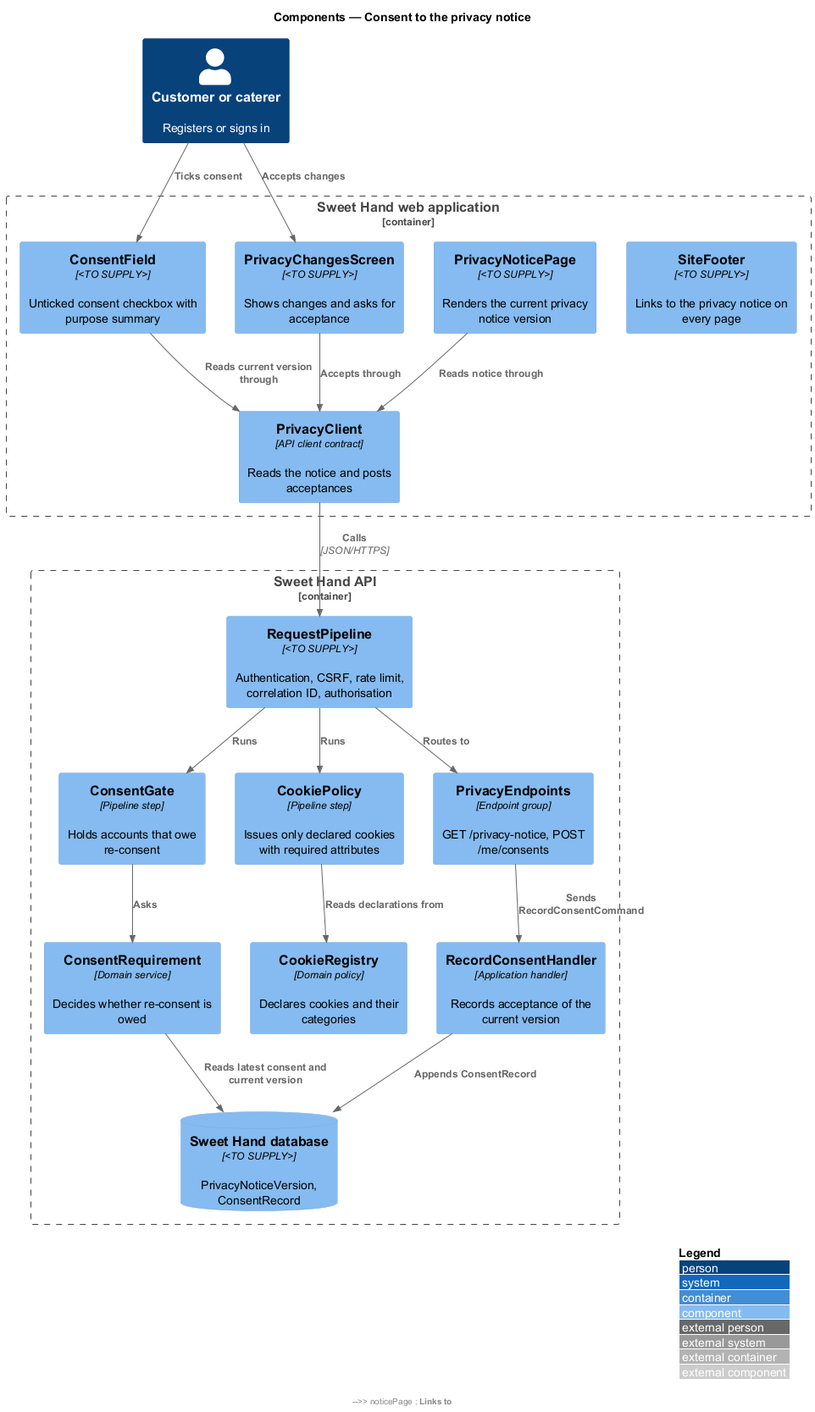
This is docs/detailed-designs/privacy/consent-to-privacy-notice/diagrams/c4-component.png from QuinntyneBrown/sweet-hand, a PlantUML export, as it was before one commit. Its diagram source:
```plantuml
@startuml
!include <C4/C4_Component>
LAYOUT_WITH_LEGEND()
title Components — Consent to the privacy notice

Person(user, "Customer or caterer", "Registers or signs in")

Container_Boundary(web, "Sweet Hand web application") {
  Component(footer, "SiteFooter", "<TO SUPPLY>", "Links to the privacy notice on every page")
  Component(noticePage, "PrivacyNoticePage", "<TO SUPPLY>", "Renders the current privacy notice version")
  Component(consentField, "ConsentField", "<TO SUPPLY>", "Unticked consent checkbox with purpose summary")
  Component(changesScreen, "PrivacyChangesScreen", "<TO SUPPLY>", "Shows changes and asks for acceptance")
  Component(client, "PrivacyClient", "API client contract", "Reads the notice and posts acceptances")
}

Container_Boundary(api, "Sweet Hand API") {
  Component(pipeline, "RequestPipeline", "<TO SUPPLY>", "Authentication, CSRF, rate limit, correlation ID, authorisation")
  Component(gate, "ConsentGate", "Pipeline step", "Holds accounts that owe re-consent")
  Component(cookies, "CookiePolicy", "Pipeline step", "Issues only declared cookies with required attributes")
  Component(endpoints, "PrivacyEndpoints", "Endpoint group", "GET /privacy-notice, POST /me/consents")
  Component(handler, "RecordConsentHandler", "Application handler", "Records acceptance of the current version")
  Component(requirement, "ConsentRequirement", "Domain service", "Decides whether re-consent is owed")
  Component(registry, "CookieRegistry", "Domain policy", "Declares cookies and their categories")
  ComponentDb(db, "Sweet Hand database", "<TO SUPPLY>", "PrivacyNoticeVersion, ConsentRecord")
}

Rel(user, consentField, "Ticks consent")
Rel(user, changesScreen, "Accepts changes")
Rel(footer, noticePage, "Links to")
Rel(noticePage, client, "Reads notice through")
Rel(consentField, client, "Reads current version through")
Rel(changesScreen, client, "Accepts through")
Rel(client, pipeline, "Calls", "JSON/HTTPS")
Rel(pipeline, gate, "Runs")
Rel(pipeline, cookies, "Runs")
Rel(pipeline, endpoints, "Routes to")
Rel(gate, requirement, "Asks")
Rel(cookies, registry, "Reads declarations from")
Rel(endpoints, handler, "Sends RecordConsentCommand")
Rel(handler, db, "Appends ConsentRecord")
Rel(requirement, db, "Reads latest consent and current version")
@enduml
```
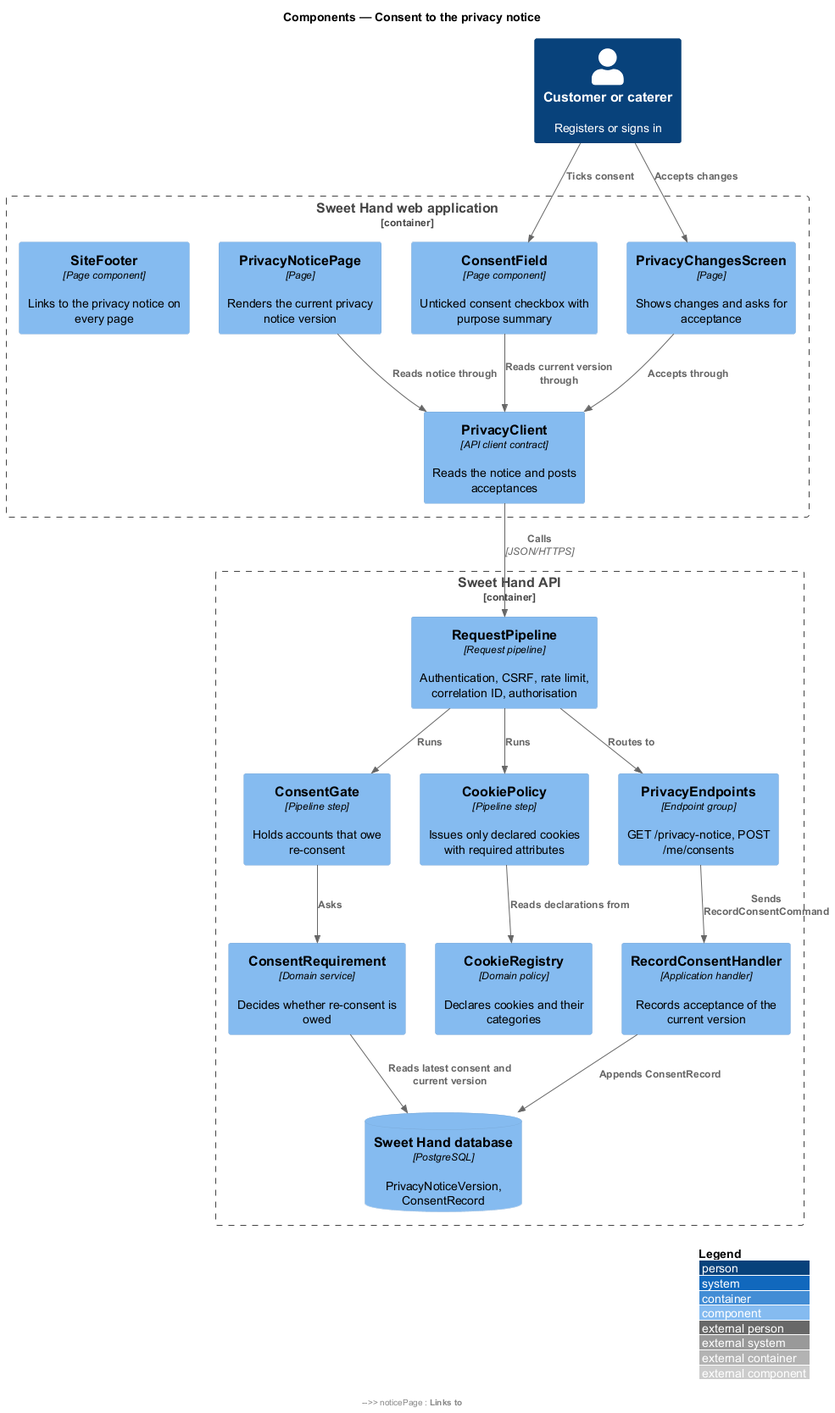
Later version of the same file.

Change to the diagram source:
```diff
@@ -6,22 +6,22 @@
 Person(user, "Customer or caterer", "Registers or signs in")
 
 Container_Boundary(web, "Sweet Hand web application") {
-  Component(footer, "SiteFooter", "<TO SUPPLY>", "Links to the privacy notice on every page")
-  Component(noticePage, "PrivacyNoticePage", "<TO SUPPLY>", "Renders the current privacy notice version")
-  Component(consentField, "ConsentField", "<TO SUPPLY>", "Unticked consent checkbox with purpose summary")
-  Component(changesScreen, "PrivacyChangesScreen", "<TO SUPPLY>", "Shows changes and asks for acceptance")
+  Component(footer, "SiteFooter", "Page component", "Links to the privacy notice on every page")
+  Component(noticePage, "PrivacyNoticePage", "Page", "Renders the current privacy notice version")
+  Component(consentField, "ConsentField", "Page component", "Unticked consent checkbox with purpose summary")
+  Component(changesScreen, "PrivacyChangesScreen", "Page", "Shows changes and asks for acceptance")
   Component(client, "PrivacyClient", "API client contract", "Reads the notice and posts acceptances")
 }
 
 Container_Boundary(api, "Sweet Hand API") {
-  Component(pipeline, "RequestPipeline", "<TO SUPPLY>", "Authentication, CSRF, rate limit, correlation ID, authorisation")
+  Component(pipeline, "RequestPipeline", "Request pipeline", "Authentication, CSRF, rate limit, correlation ID, authorisation")
   Component(gate, "ConsentGate", "Pipeline step", "Holds accounts that owe re-consent")
   Component(cookies, "CookiePolicy", "Pipeline step", "Issues only declared cookies with required attributes")
   Component(endpoints, "PrivacyEndpoints", "Endpoint group", "GET /privacy-notice, POST /me/consents")
   Component(handler, "RecordConsentHandler", "Application handler", "Records acceptance of the current version")
   Component(requirement, "ConsentRequirement", "Domain service", "Decides whether re-consent is owed")
   Component(registry, "CookieRegistry", "Domain policy", "Declares cookies and their categories")
-  ComponentDb(db, "Sweet Hand database", "<TO SUPPLY>", "PrivacyNoticeVersion, ConsentRecord")
+  ComponentDb(db, "Sweet Hand database", "PostgreSQL", "PrivacyNoticeVersion, ConsentRecord")
 }
 
 Rel(user, consentField, "Ticks consent")
```
